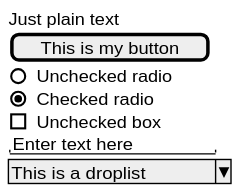
Earlier version of the PlantUML export doc/g_/gui3.svg (badeand/documatic). Its source is kept beside it as doc/gui3.puml.
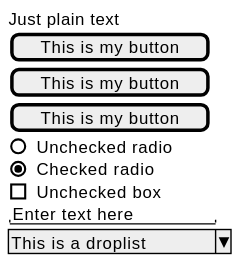
After the commit.

Diff of the diagram source:
```diff
@@ -4,9 +4,10 @@
 {
   Just plain text
   [This is my button]
+  [This is my button]
+  [This is my button]
   ()  Unchecked radio
   (X) Checked radio
-
   []  Unchecked box
   "Enter text here   "
   ^This is a droplist^
```
